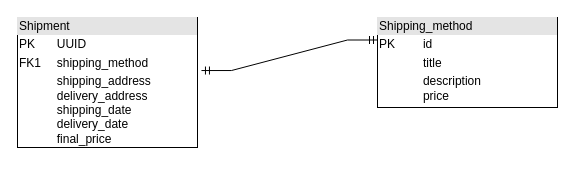
Above: util/Shipment db schema.drawio in manniloff/EShop (draw.io), before the change. Source tidied: cells renumbered, new cells numbered last; positions are measured from the earlier drawing's top-left corner, leaving out a move shared by most shapes. Both pictures are drawn from the tidied source at 100%, with x=0, y=0 at pixel (17, 17).
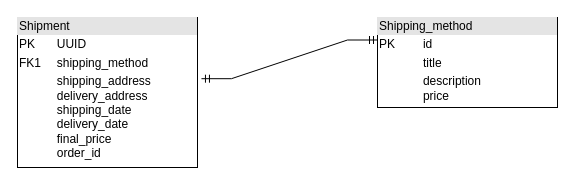
Above is the later version.

Change to the diagram source:
```diff
@@
 <mxGraphModel>
   <root>
     <mxCell id="0" />
     <mxCell id="1" parent="0" />
-    <mxCell id="2" value="&lt;div style=&quot;box-sizing:border-box;width:100%;background:#e4e4e4;padding:2px;&quot;&gt;Shipment&lt;/div&gt;&lt;table style=&quot;width:100%;font-size:1em;&quot; cellpadding=&quot;2&quot; cellspacing=&quot;0&quot;&gt;&lt;tbody&gt;&lt;tr&gt;&lt;td&gt;PK&lt;/td&gt;&lt;td&gt;UUID&lt;/td&gt;&lt;/tr&gt;&lt;tr&gt;&lt;td&gt;FK1&lt;/td&gt;&lt;td&gt;shipping_method&lt;/td&gt;&lt;/tr&gt;&lt;tr&gt;&lt;td&gt;&lt;/td&gt;&lt;td&gt;shipping_address&lt;br&gt;delivery_address&lt;br&gt;shipping_date&lt;br&gt;delivery_date&lt;br&gt;final_price&lt;/td&gt;&lt;/tr&gt;&lt;/tbody&gt;&lt;/table&gt;" style="verticalAlign=top;align=left;overflow=fill;html=1;" parent="1" vertex="1">
-      <mxGeometry width="180" height="130" as="geometry" />
+    <mxCell id="2" value="&lt;div style=&quot;box-sizing:border-box;width:100%;background:#e4e4e4;padding:2px;&quot;&gt;Shipment&lt;/div&gt;&lt;table style=&quot;width:100%;font-size:1em;&quot; cellpadding=&quot;2&quot; cellspacing=&quot;0&quot;&gt;&lt;tbody&gt;&lt;tr&gt;&lt;td&gt;PK&lt;/td&gt;&lt;td&gt;UUID&lt;/td&gt;&lt;/tr&gt;&lt;tr&gt;&lt;td&gt;FK1&lt;/td&gt;&lt;td&gt;shipping_method&lt;/td&gt;&lt;/tr&gt;&lt;tr&gt;&lt;td&gt;&lt;/td&gt;&lt;td&gt;shipping_address&lt;br&gt;delivery_address&lt;br&gt;shipping_date&lt;br&gt;delivery_date&lt;br&gt;final_price&lt;br&gt;order_id&lt;/td&gt;&lt;/tr&gt;&lt;/tbody&gt;&lt;/table&gt;" style="verticalAlign=top;align=left;overflow=fill;html=1;" parent="1" vertex="1">
+      <mxGeometry width="180" height="150" as="geometry" />
     </mxCell>
     <mxCell id="3" value="&lt;div style=&quot;box-sizing:border-box;width:100%;background:#e4e4e4;padding:2px;&quot;&gt;Shipping_method&lt;/div&gt;&lt;table style=&quot;width:100%;font-size:1em;&quot; cellpadding=&quot;2&quot; cellspacing=&quot;0&quot;&gt;&lt;tbody&gt;&lt;tr&gt;&lt;td&gt;PK&lt;/td&gt;&lt;td&gt;id&lt;/td&gt;&lt;/tr&gt;&lt;tr&gt;&lt;td&gt;&lt;/td&gt;&lt;td&gt;title&lt;/td&gt;&lt;/tr&gt;&lt;tr&gt;&lt;td&gt;&lt;/td&gt;&lt;td&gt;description&lt;br&gt;price&lt;/td&gt;&lt;/tr&gt;&lt;/tbody&gt;&lt;/table&gt;" style="verticalAlign=top;align=left;overflow=fill;html=1;" parent="1" vertex="1">
       <mxGeometry x="360" width="180" height="90" as="geometry" />
     </mxCell>
     <mxCell id="4" style="edgeStyle=entityRelationEdgeStyle;fontSize=12;html=1;endArrow=ERmandOne;startArrow=ERmandOne;rounded=0;exitX=1.022;exitY=0.408;exitDx=0;exitDy=0;exitPerimeter=0;entryX=0;entryY=0.25;entryDx=0;entryDy=0;" parent="1" edge="1" source="2" target="3">
       <mxGeometry relative="1" as="geometry" />
     </mxCell>
   </root>
 </mxGraphModel>
```
